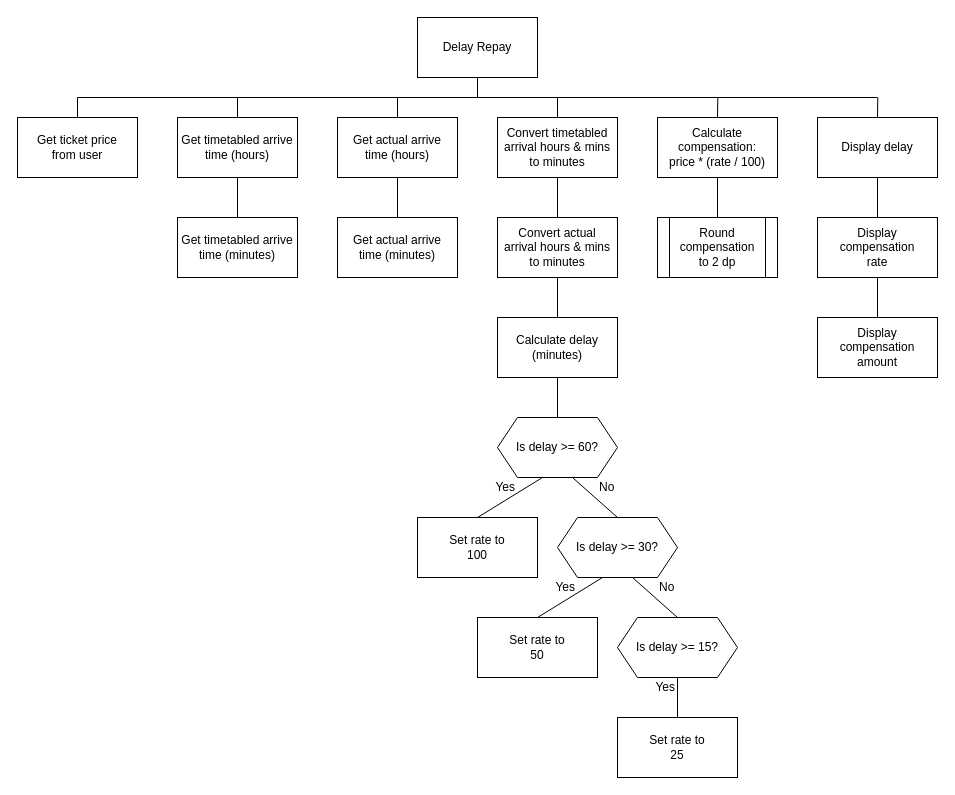
The draw.io diagram n5-cs/sdd/N5-SDD-Delay-Repay/assets/N5 SDD Delay Repay.drawio in MrFriendCS/MrFriendCS.github.io, before the edit. Source tidied: cells renumbered, new cells numbered last; positions are measured from the earlier drawing's top-left corner, leaving out a move shared by most shapes. Both pictures are drawn from the tidied source at 100%, with x=0, y=0 at pixel (17, 17).
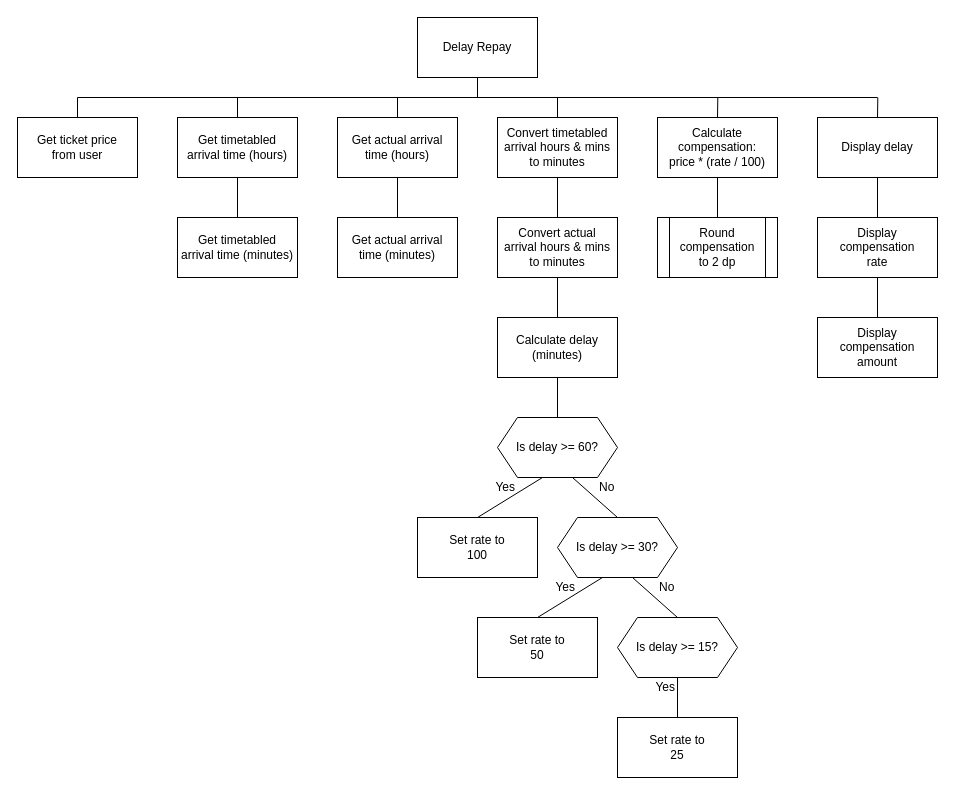
After the change.

Diff of the diagram source:
```diff
@@
-    <mxCell id="15" value="&lt;div&gt;Get timetabled arrive time (hours)&lt;/div&gt;" style="rounded=0;whiteSpace=wrap;html=1;fillColor=none;" parent="1" vertex="1">
+    <mxCell id="15" value="&lt;div&gt;Get timetabled&lt;/div&gt;&lt;div&gt;arrival time (hours)&lt;/div&gt;" style="rounded=0;whiteSpace=wrap;html=1;fillColor=none;" parent="1" vertex="1">
       <mxGeometry x="160" y="100" width="120" height="60" as="geometry" />
     </mxCell>
-    <mxCell id="16" value="&lt;div&gt;Get timetabled arrive time (minutes)&lt;/div&gt;" style="rounded=0;whiteSpace=wrap;html=1;fillColor=none;" parent="1" vertex="1">
+    <mxCell id="16" value="&lt;div&gt;Get timetabled&lt;/div&gt;&lt;div&gt;arrival time (minutes)&lt;/div&gt;" style="rounded=0;whiteSpace=wrap;html=1;fillColor=none;" parent="1" vertex="1">
       <mxGeometry x="160" y="200" width="120" height="60" as="geometry" />
     </mxCell>
@@
-    <mxCell id="18" value="&lt;div&gt;Get actual arrive&lt;/div&gt;&lt;div&gt;time (hours)&lt;/div&gt;" style="rounded=0;whiteSpace=wrap;html=1;fillColor=none;" parent="1" vertex="1">
+    <mxCell id="18" value="&lt;div&gt;Get actual arrival&lt;/div&gt;&lt;div&gt;time (hours)&lt;/div&gt;" style="rounded=0;whiteSpace=wrap;html=1;fillColor=none;" parent="1" vertex="1">
       <mxGeometry x="320" y="100" width="120" height="60" as="geometry" />
     </mxCell>
-    <mxCell id="19" value="&lt;div&gt;Get actual arrive&lt;/div&gt;&lt;div&gt;time (minutes)&lt;/div&gt;" style="rounded=0;whiteSpace=wrap;html=1;fillColor=none;" parent="1" vertex="1">
+    <mxCell id="19" value="&lt;div&gt;Get actual arrival&lt;/div&gt;&lt;div&gt;time (minutes)&lt;/div&gt;" style="rounded=0;whiteSpace=wrap;html=1;fillColor=none;" parent="1" vertex="1">
       <mxGeometry x="320" y="200" width="120" height="60" as="geometry" />
     </mxCell>
```
